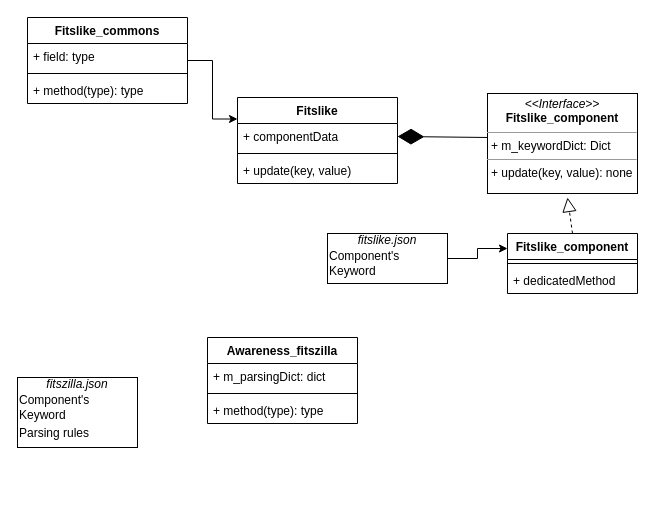
Above: srttools/fileFormats/Fitslike.drawio in TheDebbio/srt-single-dish-tools (draw.io), before the change. Source tidied: cells renumbered, new cells numbered last; positions are measured from the earlier drawing's top-left corner, leaving out a move shared by most shapes. Both pictures are drawn from the tidied source at 100%, with x=0, y=0 at pixel (17, 17).
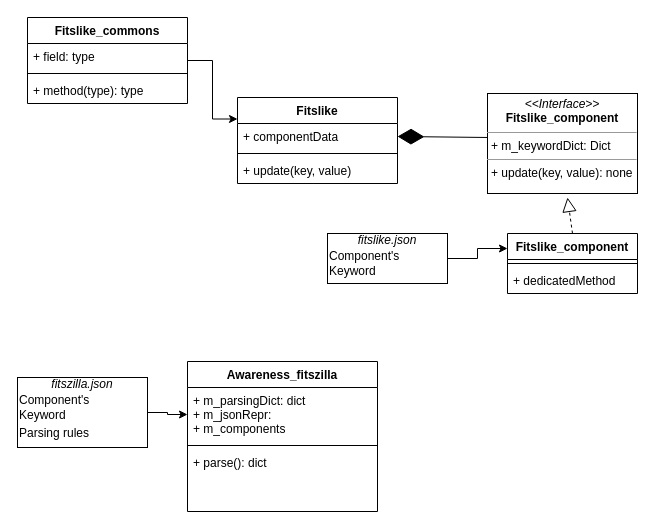
The same page after the edit.

The edit, as a diff of the source:
```diff
@@
+    <mxCell id="24" style="edgeStyle=orthogonalEdgeStyle;rounded=0;jettySize=auto;html=1;" parent="1" edge="1" source="19" target="21">
+      <mxGeometry relative="1" as="geometry" />
+    </mxCell>
     <mxCell id="19" value="&lt;div align=&quot;center&quot;&gt;&lt;i&gt;fitszilla.json&lt;/i&gt;&lt;br&gt;&lt;/div&gt;&lt;table style=&quot;width: 100% ; font-size: 1em&quot; cellspacing=&quot;0&quot; cellpadding=&quot;2&quot;&gt;&lt;tbody&gt;&lt;tr&gt;&lt;td&gt;Component's&lt;br&gt;Keyword&lt;br&gt;&lt;/td&gt;&lt;td&gt;&lt;br&gt;&lt;/td&gt;&lt;/tr&gt;&lt;tr&gt;&lt;td&gt;Parsing rules&lt;br&gt;&lt;/td&gt;&lt;td&gt;&lt;br&gt;&lt;/td&gt;&lt;/tr&gt;&lt;tr&gt;&lt;td&gt;&lt;br&gt;&lt;/td&gt;&lt;td&gt;&lt;br&gt;&lt;/td&gt;&lt;/tr&gt;&lt;/tbody&gt;&lt;/table&gt;" style="verticalAlign=top;align=left;overflow=fill;html=1;" parent="1" vertex="1">
-      <mxGeometry y="360" width="120" height="70" as="geometry" />
+      <mxGeometry y="360" width="130" height="70" as="geometry" />
     </mxCell>
     <mxCell id="20" value="Awareness_fitszilla" style="swimlane;fontStyle=1;align=center;verticalAlign=top;horizontal=1;startSize=26;" parent="1" vertex="1">
-      <mxGeometry x="190" y="320" width="150" height="86" as="geometry" />
+      <mxGeometry x="170" y="344" width="190" height="150" as="geometry" />
     </mxCell>
-    <mxCell id="21" value="+ m_parsingDict: dict&#10;&#10;" style="text;strokeColor=none;fillColor=none;align=left;verticalAlign=top;spacingLeft=4;spacingRight=4;overflow=hidden;points=[[0,0.5],[1,0.5]];portConstraint=eastwest;" parent="20" vertex="1">
-      <mxGeometry y="26" width="150" height="26" as="geometry" />
+    <mxCell id="21" value="+ m_parsingDict: dict&#10;+ m_jsonRepr:&#10;+ m_components&#10;&#10;" style="text;strokeColor=none;fillColor=none;align=left;verticalAlign=top;spacingLeft=4;spacingRight=4;overflow=hidden;points=[[0,0.5],[1,0.5]];portConstraint=eastwest;" parent="20" vertex="1">
+      <mxGeometry y="26" width="190" height="54" as="geometry" />
     </mxCell>
     <mxCell id="22" style="line;strokeWidth=1;fillColor=none;align=left;verticalAlign=middle;spacingTop=-1;spacingLeft=3;spacingRight=3;labelPosition=right;" parent="20" vertex="1">
-      <mxGeometry y="52" width="150" height="8" as="geometry" />
+      <mxGeometry y="80" width="190" height="8" as="geometry" />
     </mxCell>
-    <mxCell id="23" value="+ method(type): type" style="text;strokeColor=none;fillColor=none;align=left;verticalAlign=top;spacingLeft=4;spacingRight=4;overflow=hidden;" parent="20" vertex="1">
-      <mxGeometry y="60" width="150" height="26" as="geometry" />
+    <mxCell id="23" value="+ parse(): dict" style="text;strokeColor=none;fillColor=none;align=left;verticalAlign=top;spacingLeft=4;spacingRight=4;overflow=hidden;" parent="20" vertex="1">
+      <mxGeometry y="88" width="190" height="62" as="geometry" />
     </mxCell>
```
